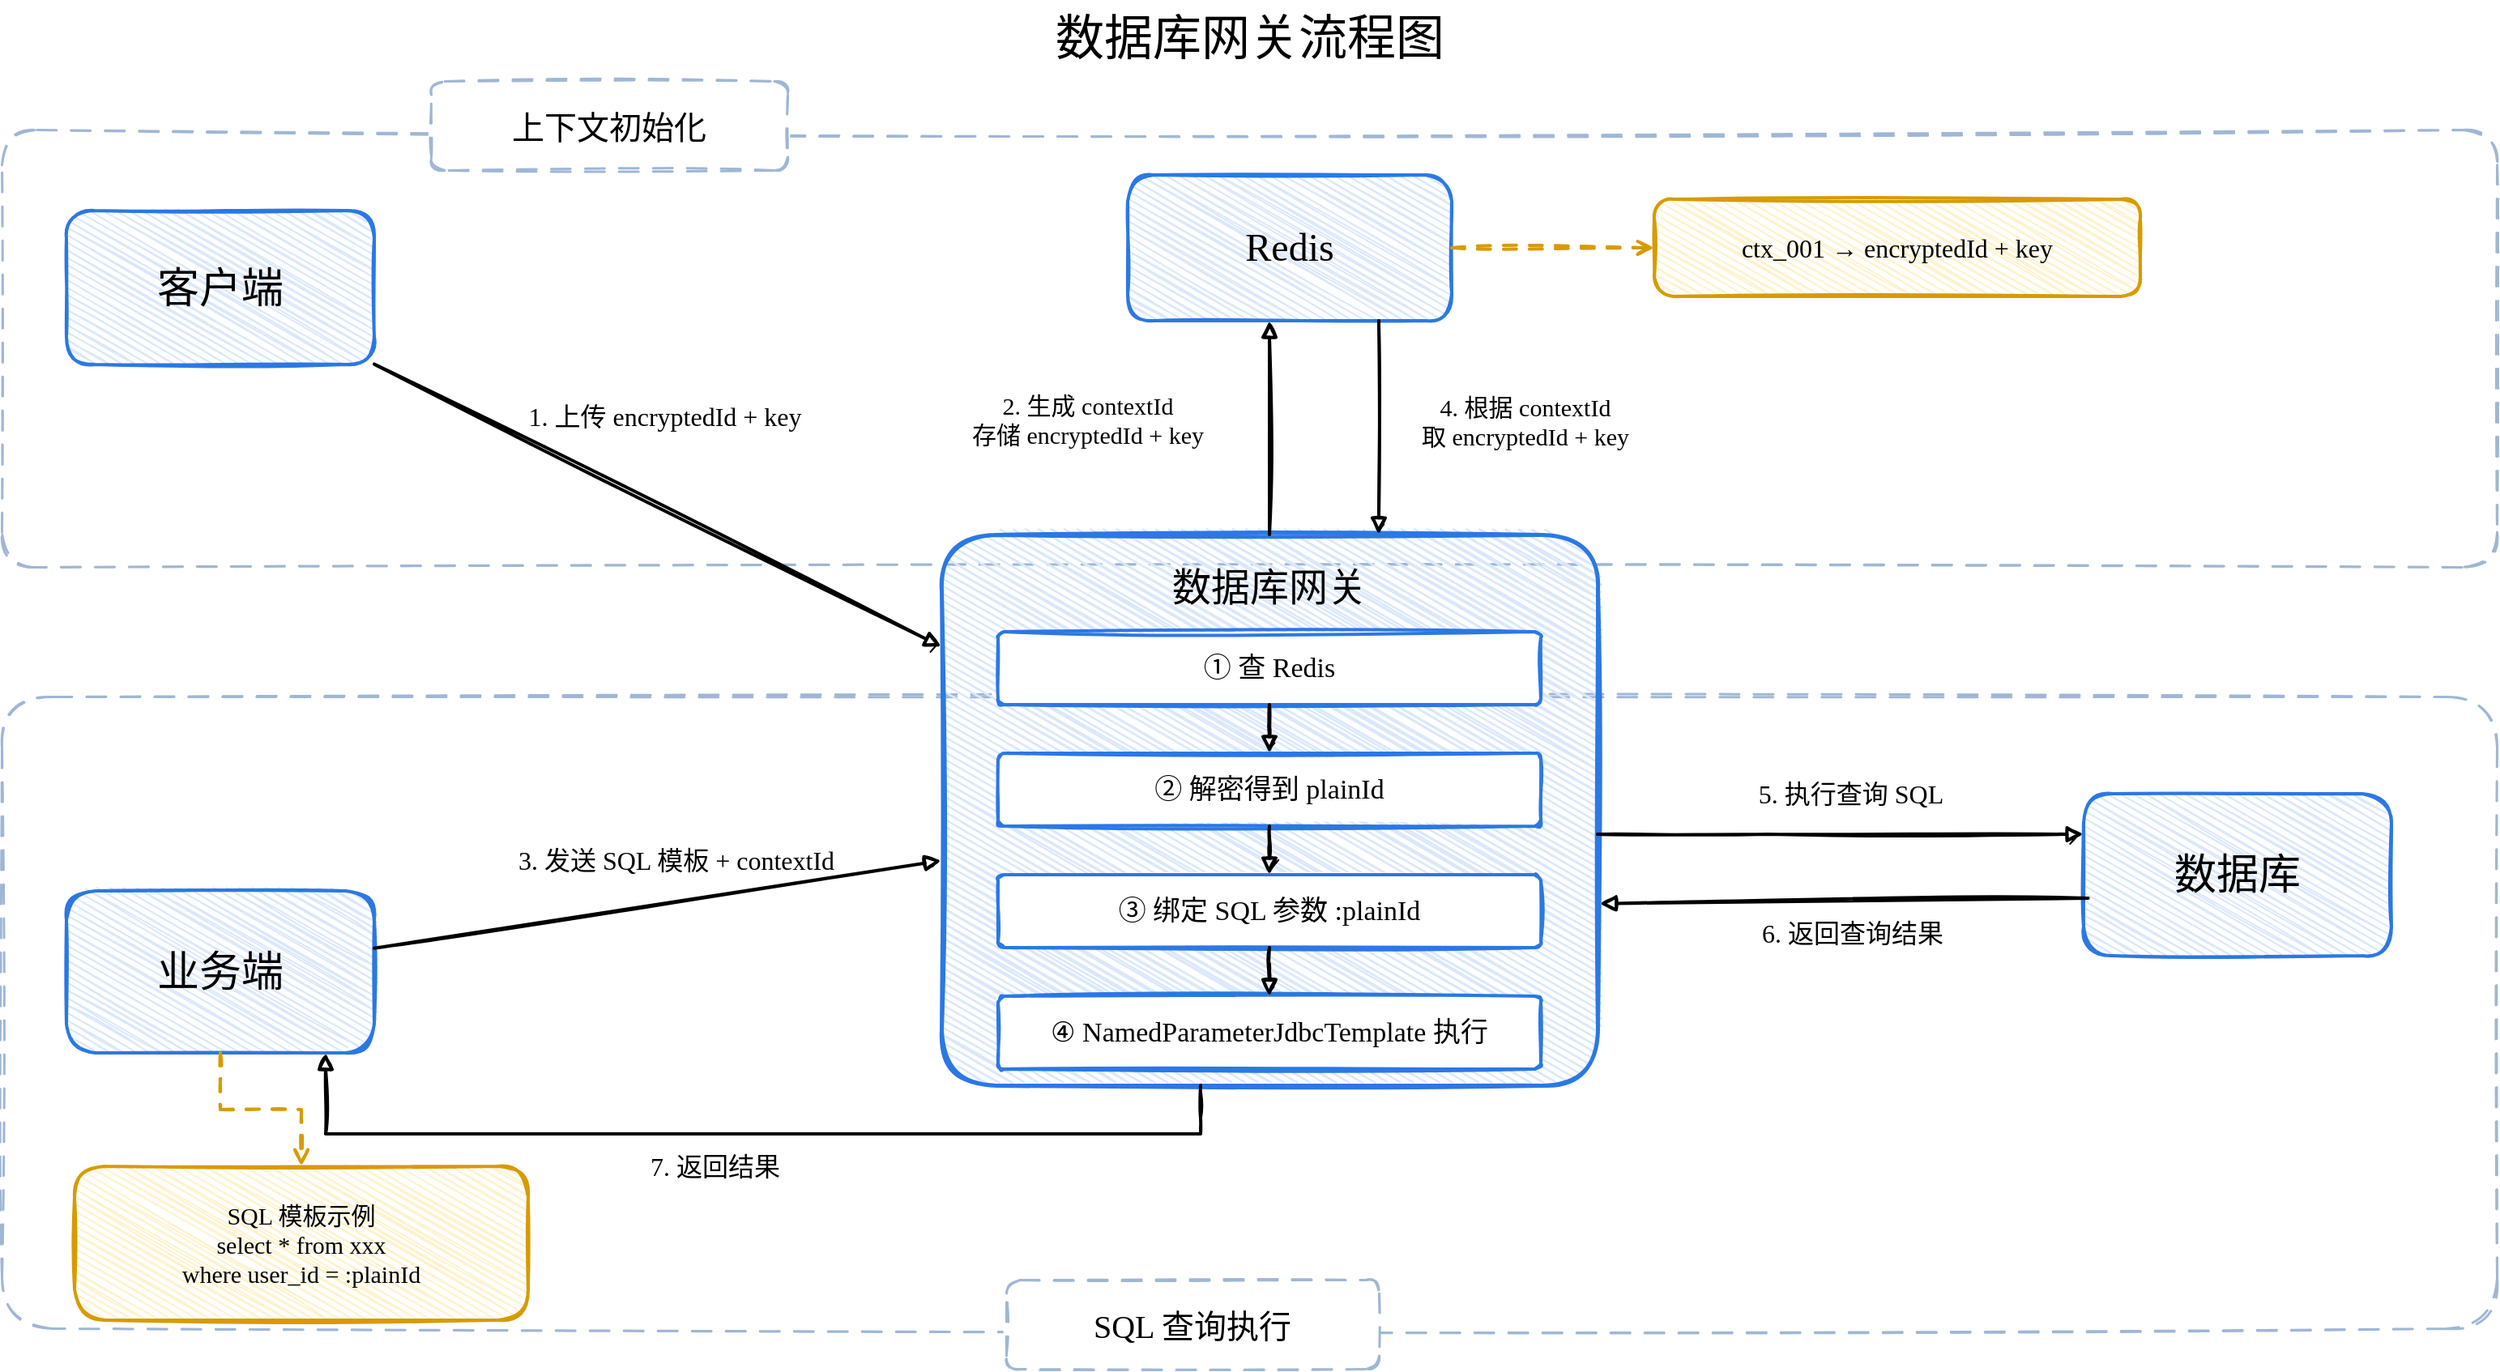
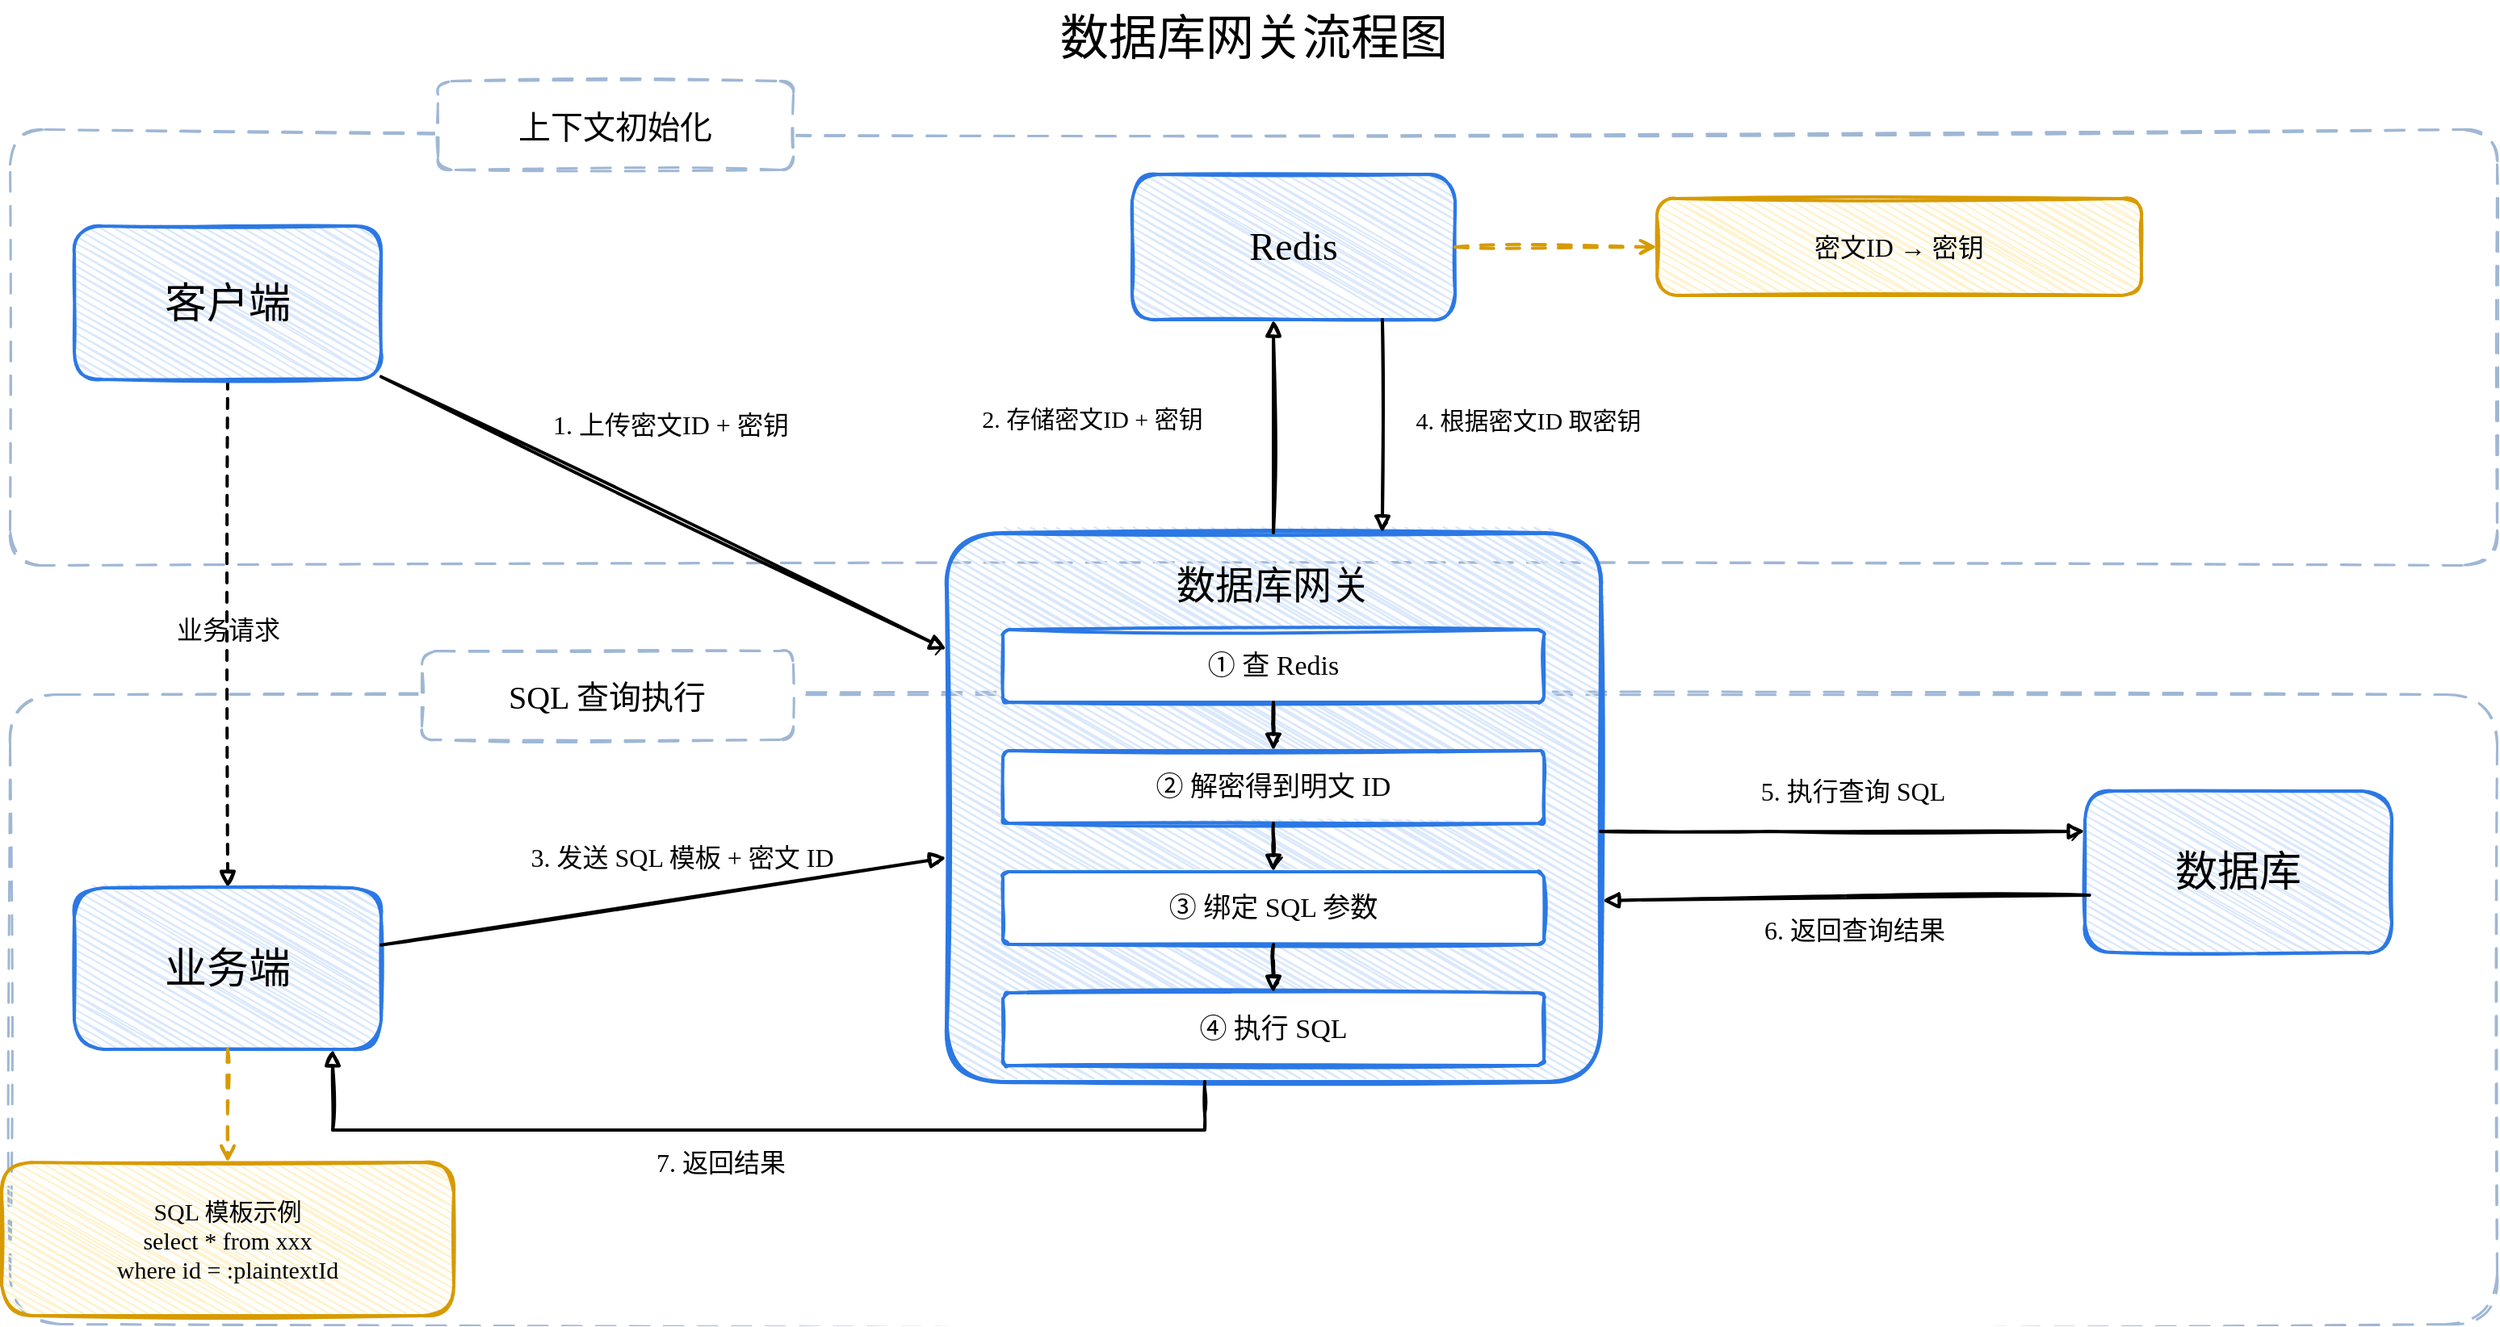
<mxfile host="app.diagrams.net">
  <diagram name="第 1 页" id="lDtMVX3rfUzubP_undm2">
-     <mxGraphModel dx="1543" dy="1078" grid="1" gridSize="10" guides="1" tooltips="1" connect="1" arrows="1" fold="1" page="1" pageScale="1" pageWidth="1600" pageHeight="900" math="0" shadow="0">
+     <mxGraphModel dx="1562" dy="867" grid="1" gridSize="10" guides="1" tooltips="1" connect="1" arrows="1" fold="1" page="1" pageScale="1" pageWidth="1600" pageHeight="900" math="0" shadow="0">
      <root>
        <mxCell id="0" />
        <mxCell id="1" parent="0" />
        <mxCell id="sec_init" parent="1" style="rounded=1;whiteSpace=wrap;html=1;fillColor=none;strokeColor=#9fb7d5;dashed=1;dashPattern=8 6;strokeWidth=1.5;arcSize=8;sketch=1;" value="" vertex="1">
          <mxGeometry height="270" width="1540" x="30" y="100" as="geometry" />
        </mxCell>
        <mxCell id="sec_sql" parent="1" style="rounded=1;whiteSpace=wrap;html=1;fillColor=none;strokeColor=#9fb7d5;dashed=1;dashPattern=8 6;strokeWidth=1.5;arcSize=8;sketch=1;" value="" vertex="1">
          <mxGeometry height="390" width="1540" x="30" y="450" as="geometry" />
        </mxCell>
        <mxCell id="title" parent="1" style="text;html=1;strokeColor=none;fillColor=none;align=center;verticalAlign=middle;fontSize=30;fontFamily=Comic Sans MS;" value="数据库网关流程图" vertex="1">
          <mxGeometry height="45" width="400" x="600" y="20" as="geometry" />
        </mxCell>
        <mxCell id="label_init" parent="1" style="rounded=1;whiteSpace=wrap;html=1;fillColor=default;strokeColor=#9fb7d5;dashed=1;dashPattern=8 6;strokeWidth=1.5;fontSize=20;fontFamily=Comic Sans MS;sketch=1;" value="上下文初始化" vertex="1">
          <mxGeometry height="55" width="220" x="295" y="70" as="geometry" />
        </mxCell>
        <mxCell id="label_sql" parent="1" style="rounded=1;whiteSpace=wrap;html=1;fillColor=default;strokeColor=#9fb7d5;dashed=1;dashPattern=8 6;strokeWidth=1.5;fontSize=20;fontFamily=Comic Sans MS;sketch=1;" value="SQL 查询执行" vertex="1">
-           <mxGeometry height="55" width="230" x="650" y="810" as="geometry" />
+           <mxGeometry height="55" width="230" x="285" y="423" as="geometry" />
+         </mxCell>
+         <mxCell id="sLOIYrqj3TXDrxTKQ_k1-3" edge="1" parent="1" source="client" style="edgeStyle=orthogonalEdgeStyle;rounded=0;orthogonalLoop=1;jettySize=auto;html=1;exitX=0.5;exitY=1;exitDx=0;exitDy=0;entryX=0.5;entryY=0;entryDx=0;entryDy=0;sketch=1;strokeColor=#000000;strokeWidth=2;align=center;verticalAlign=middle;fontFamily=Comic Sans MS;fontSize=16;fontColor=default;labelBackgroundColor=none;endArrow=block;endFill=1;dashed=1;" target="biz">
+           <mxGeometry relative="1" as="geometry" />
+         </mxCell>
+         <mxCell id="sLOIYrqj3TXDrxTKQ_k1-4" connectable="0" parent="sLOIYrqj3TXDrxTKQ_k1-3" style="edgeLabel;html=1;align=center;verticalAlign=middle;points=[];rounded=0;sketch=1;strokeColor=#000000;strokeWidth=2;fontFamily=Comic Sans MS;fontSize=16;fontColor=default;labelBackgroundColor=none;" value="业务请求" vertex="1">
+           <mxGeometry relative="1" x="-0.0603" y="-3" as="geometry">
+             <mxPoint x="3" y="7" as="offset" />
+           </mxGeometry>
        </mxCell>
        <mxCell id="client" parent="1" style="rounded=1;whiteSpace=wrap;html=1;fillColor=#dae8fc;strokeColor=#2b78e4;strokeWidth=2;arcSize=18;fontSize=26;fontFamily=Comic Sans MS;sketch=1;hachureGap=4;hachureAngle=60;" value="客户端" vertex="1">
-           <mxGeometry height="95" width="190" x="70" y="150" as="geometry" />
+           <mxGeometry height="95" width="190" x="70" y="160" as="geometry" />
        </mxCell>
        <mxCell id="biz" parent="1" style="rounded=1;whiteSpace=wrap;html=1;fillColor=#dae8fc;strokeColor=#2b78e4;strokeWidth=2;arcSize=18;fontSize=26;fontFamily=Comic Sans MS;sketch=1;hachureGap=4;hachureAngle=60;" value="业务端" vertex="1">
          <mxGeometry height="100" width="190" x="70" y="570" as="geometry" />
        </mxCell>
        <mxCell id="redis" parent="1" style="rounded=1;whiteSpace=wrap;html=1;fillColor=#dae8fc;strokeColor=#2b78e4;strokeWidth=2;arcSize=18;fontSize=24;fontFamily=Comic Sans MS;sketch=1;hachureGap=4;hachureAngle=60;" value="Redis" vertex="1">
          <mxGeometry height="90" width="200" x="725" y="128" as="geometry" />
        </mxCell>
        <mxCell id="db" parent="1" style="rounded=1;whiteSpace=wrap;html=1;fillColor=#dae8fc;strokeColor=#2b78e4;strokeWidth=2;arcSize=18;fontSize=26;fontFamily=Comic Sans MS;sketch=1;hachureGap=4;hachureAngle=60;" value="数据库" vertex="1">
          <mxGeometry height="100" width="190" x="1315" y="510" as="geometry" />
        </mxCell>
        <mxCell id="gateway" parent="1" style="rounded=1;whiteSpace=wrap;html=1;fillColor=#dae8fc;strokeColor=#2b78e4;strokeWidth=2.5;arcSize=10;fontSize=24;fontFamily=Comic Sans MS;sketch=1;hachureGap=4;hachureAngle=60;verticalAlign=top;spacingTop=12;" value="数据库网关" vertex="1">
          <mxGeometry height="340" width="405" x="610" y="350" as="geometry" />
        </mxCell>
        <mxCell id="s1" parent="1" style="rounded=1;whiteSpace=wrap;html=1;fillColor=#ffffff;strokeColor=#2b78e4;strokeWidth=2;arcSize=8;fontSize=17;fontFamily=Comic Sans MS;sketch=1;" value="① 查 Redis" vertex="1">
          <mxGeometry height="45" width="335" x="645" y="410" as="geometry" />
        </mxCell>
-         <mxCell id="s2" parent="1" style="rounded=1;whiteSpace=wrap;html=1;fillColor=#ffffff;strokeColor=#2b78e4;strokeWidth=2;arcSize=8;fontSize=17;fontFamily=Comic Sans MS;sketch=1;" value="② 解密得到 plainId" vertex="1">
+         <mxCell id="s2" parent="1" style="rounded=1;whiteSpace=wrap;html=1;fillColor=#ffffff;strokeColor=#2b78e4;strokeWidth=2;arcSize=8;fontSize=17;fontFamily=Comic Sans MS;sketch=1;" value="② 解密得到明文 ID" vertex="1">
          <mxGeometry height="45" width="335" x="645" y="485" as="geometry" />
        </mxCell>
-         <mxCell id="s3" parent="1" style="rounded=1;whiteSpace=wrap;html=1;fillColor=#ffffff;strokeColor=#2b78e4;strokeWidth=2;arcSize=8;fontSize=17;fontFamily=Comic Sans MS;sketch=1;" value="③ 绑定 SQL 参数 :plainId" vertex="1">
+         <mxCell id="s3" parent="1" style="rounded=1;whiteSpace=wrap;html=1;fillColor=#ffffff;strokeColor=#2b78e4;strokeWidth=2;arcSize=8;fontSize=17;fontFamily=Comic Sans MS;sketch=1;" value="③ 绑定 SQL 参数" vertex="1">
          <mxGeometry height="45" width="335" x="645" y="560" as="geometry" />
        </mxCell>
-         <mxCell id="s4" parent="1" style="rounded=1;whiteSpace=wrap;html=1;fillColor=#ffffff;strokeColor=#2b78e4;strokeWidth=2;arcSize=8;fontSize=17;fontFamily=Comic Sans MS;sketch=1;" value="④ NamedParameterJdbcTemplate 执行" vertex="1">
+         <mxCell id="s4" parent="1" style="rounded=1;whiteSpace=wrap;html=1;fillColor=#ffffff;strokeColor=#2b78e4;strokeWidth=2;arcSize=8;fontSize=17;fontFamily=Comic Sans MS;sketch=1;" value="④ 执行 SQL" vertex="1">
          <mxGeometry height="45" width="335" x="645" y="635" as="geometry" />
        </mxCell>
-         <mxCell id="redis_note" parent="1" style="rounded=1;whiteSpace=wrap;html=1;fillColor=#fff2cc;strokeColor=#d79b00;strokeWidth=2;arcSize=20;fontSize=16;fontFamily=Comic Sans MS;sketch=1;hachureGap=4;hachureAngle=60;" value="ctx_001 → encryptedId + key" vertex="1">
+         <mxCell id="redis_note" parent="1" style="rounded=1;whiteSpace=wrap;html=1;fillColor=#fff2cc;strokeColor=#d79b00;strokeWidth=2;arcSize=20;fontSize=16;fontFamily=Comic Sans MS;sketch=1;hachureGap=4;hachureAngle=60;" value="密文ID → 密钥" vertex="1">
          <mxGeometry height="60" width="300" x="1050" y="143" as="geometry" />
        </mxCell>
-         <mxCell id="sql_note" parent="1" style="rounded=1;whiteSpace=wrap;html=1;fillColor=#fff2cc;strokeColor=#d79b00;strokeWidth=2;arcSize=20;fontSize=15;fontFamily=Comic Sans MS;sketch=1;hachureGap=4;hachureAngle=60;" value="SQL 模板示例&lt;br&gt;select * from xxx&lt;br&gt;where user_id = :plainId" vertex="1">
-           <mxGeometry height="95" width="280" x="75" y="740" as="geometry" />
+         <mxCell id="sql_note" parent="1" style="rounded=1;whiteSpace=wrap;html=1;fillColor=#fff2cc;strokeColor=#d79b00;strokeWidth=2;arcSize=20;fontSize=15;fontFamily=Comic Sans MS;sketch=1;hachureGap=4;hachureAngle=60;" value="SQL 模板示例&lt;br&gt;select * from xxx&lt;br&gt;where id = :plaintextId" vertex="1">
+           <mxGeometry height="95" width="280" x="25" y="740" as="geometry" />
        </mxCell>
-         <mxCell id="e1" edge="1" parent="1" source="client" style="rounded=0;orthogonalLoop=1;jettySize=auto;html=1;endArrow=block;endFill=1;strokeColor=#000000;strokeWidth=2;fontSize=16;fontFamily=Comic Sans MS;sketch=1;labelBackgroundColor=none;" target="gateway" value="1. 上传 encryptedId + key">
+         <mxCell id="e1" edge="1" parent="1" source="client" style="rounded=0;orthogonalLoop=1;jettySize=auto;html=1;endArrow=block;endFill=1;strokeColor=#000000;strokeWidth=2;fontSize=16;fontFamily=Comic Sans MS;sketch=1;labelBackgroundColor=none;" target="gateway" value="1. 上传密文ID + 密钥">
          <mxGeometry relative="1" x="-0.0333" y="36" as="geometry">
            <mxPoint x="-6" y="-20" as="offset" />
          </mxGeometry>
        </mxCell>
-         <mxCell id="e2" edge="1" parent="1" source="gateway" style="edgeStyle=orthogonalEdgeStyle;rounded=0;orthogonalLoop=1;jettySize=auto;html=1;endArrow=block;endFill=1;strokeColor=#000000;strokeWidth=2;fontSize=15;fontFamily=Comic Sans MS;sketch=1;labelBackgroundColor=none;" target="redis" value="2. 生成 contextId&lt;br&gt;存储 encryptedId + key">
+         <mxCell id="e2" edge="1" parent="1" source="gateway" style="edgeStyle=orthogonalEdgeStyle;rounded=0;orthogonalLoop=1;jettySize=auto;html=1;endArrow=block;endFill=1;strokeColor=#000000;strokeWidth=2;fontSize=15;fontFamily=Comic Sans MS;sketch=1;labelBackgroundColor=none;" target="redis" value="2.&amp;nbsp;存储密文ID + 密钥">
          <mxGeometry relative="1" x="0.0606" y="113" as="geometry">
            <mxPoint y="-1" as="offset" />
            <Array as="points">
              <mxPoint x="765" y="350" />
              <mxPoint x="765" y="220" />
            </Array>
          </mxGeometry>
        </mxCell>
-         <mxCell id="e3" edge="1" parent="1" source="biz" style="rounded=0;orthogonalLoop=1;jettySize=auto;html=1;endArrow=block;endFill=1;strokeColor=#000000;strokeWidth=2;fontSize=16;fontFamily=Comic Sans MS;sketch=1;labelBackgroundColor=none;" target="gateway" value="3. 发送 SQL 模板 + contextId">
+         <mxCell id="e3" edge="1" parent="1" source="biz" style="rounded=0;orthogonalLoop=1;jettySize=auto;html=1;endArrow=block;endFill=1;strokeColor=#000000;strokeWidth=2;fontSize=16;fontFamily=Comic Sans MS;sketch=1;labelBackgroundColor=none;" target="gateway" value="3. 发送 SQL 模板 + 密文 ID">
          <mxGeometry relative="1" x="0.0833" y="25" as="geometry">
            <mxPoint as="offset" />
          </mxGeometry>
        </mxCell>
-         <mxCell id="e4" edge="1" parent="1" source="redis" style="edgeStyle=orthogonalEdgeStyle;rounded=0;orthogonalLoop=1;jettySize=auto;html=1;endArrow=block;endFill=1;strokeColor=#000000;strokeWidth=2;fontSize=15;fontFamily=Comic Sans MS;sketch=1;labelBackgroundColor=none;" target="gateway" value="4. 根据 contextId&lt;br&gt;取 encryptedId + key">
+         <mxCell id="e4" edge="1" parent="1" source="redis" style="edgeStyle=orthogonalEdgeStyle;rounded=0;orthogonalLoop=1;jettySize=auto;html=1;endArrow=block;endFill=1;strokeColor=#000000;strokeWidth=2;fontSize=15;fontFamily=Comic Sans MS;sketch=1;labelBackgroundColor=none;" target="gateway" value="4. 根据密文ID 取密钥">
          <mxGeometry relative="1" x="-0.0606" y="90" as="geometry">
            <mxPoint as="offset" />
            <Array as="points">
              <mxPoint x="880" y="220" />
              <mxPoint x="880" y="350" />
            </Array>
          </mxGeometry>
        </mxCell>
        <mxCell id="e5" edge="1" parent="1" source="gateway" style="edgeStyle=orthogonalEdgeStyle;rounded=0;orthogonalLoop=1;jettySize=auto;html=1;endArrow=block;endFill=1;strokeColor=#000000;strokeWidth=2;fontSize=16;fontFamily=Comic Sans MS;sketch=1;labelBackgroundColor=none;" target="db" value="5. 执行查询 SQL">
          <mxGeometry relative="1" x="0.0333" y="25" as="geometry">
            <mxPoint x="1" as="offset" />
            <Array as="points">
              <mxPoint x="1120" y="535" />
              <mxPoint x="1315" y="535" />
            </Array>
          </mxGeometry>
        </mxCell>
        <mxCell id="e6" edge="1" parent="1" source="db" style="rounded=0;orthogonalLoop=1;jettySize=auto;html=1;endArrow=block;endFill=1;strokeColor=#000000;strokeWidth=2;fontSize=16;fontFamily=Comic Sans MS;sketch=1;labelBackgroundColor=none;entryX=1.003;entryY=0.67;entryDx=0;entryDy=0;entryPerimeter=0;exitX=0.015;exitY=0.645;exitDx=0;exitDy=0;exitPerimeter=0;" target="gateway" value="6. 返回查询结果">
          <mxGeometry relative="1" x="-0.04" y="20" as="geometry">
            <mxPoint x="-1" as="offset" />
            <mxPoint x="1300" y="578" as="sourcePoint" />
          </mxGeometry>
        </mxCell>
        <mxCell id="e7" edge="1" parent="1" source="gateway" style="edgeStyle=orthogonalEdgeStyle;rounded=0;orthogonalLoop=1;jettySize=auto;html=1;endArrow=block;endFill=1;strokeColor=#000000;strokeWidth=2;fontSize=16;fontFamily=Comic Sans MS;sketch=1;labelBackgroundColor=none;" target="biz" value="7. 返回结果">
          <mxGeometry relative="1" x="0.0645" y="20" as="geometry">
            <mxPoint as="offset" />
            <Array as="points">
              <mxPoint x="770" y="710" />
              <mxPoint x="770" y="720" />
              <mxPoint x="230" y="720" />
              <mxPoint x="230" y="670" />
            </Array>
          </mxGeometry>
        </mxCell>
        <mxCell id="is12" edge="1" parent="1" source="s1" style="edgeStyle=orthogonalEdgeStyle;rounded=0;orthogonalLoop=1;jettySize=auto;html=1;endArrow=block;endFill=1;strokeColor=#000000;strokeWidth=2;fontSize=1;fontFamily=Comic Sans MS;sketch=1;" target="s2" value="">
          <mxGeometry relative="1" as="geometry" />
        </mxCell>
        <mxCell id="is23" edge="1" parent="1" source="s2" style="edgeStyle=orthogonalEdgeStyle;rounded=0;orthogonalLoop=1;jettySize=auto;html=1;endArrow=block;endFill=1;strokeColor=#000000;strokeWidth=2;fontSize=1;fontFamily=Comic Sans MS;sketch=1;" target="s3" value="">
          <mxGeometry relative="1" as="geometry" />
        </mxCell>
        <mxCell id="is34" edge="1" parent="1" source="s3" style="edgeStyle=orthogonalEdgeStyle;rounded=0;orthogonalLoop=1;jettySize=auto;html=1;endArrow=block;endFill=1;strokeColor=#000000;strokeWidth=2;fontSize=1;fontFamily=Comic Sans MS;sketch=1;" target="s4" value="">
          <mxGeometry relative="1" as="geometry" />
        </mxCell>
        <mxCell id="n1" edge="1" parent="1" source="redis" style="edgeStyle=orthogonalEdgeStyle;rounded=0;orthogonalLoop=1;jettySize=auto;html=1;endArrow=open;endFill=1;strokeColor=#d79b00;strokeWidth=2;fontSize=16;fontFamily=Comic Sans MS;sketch=1;dashed=1;dashPattern=4 4;" target="redis_note" value="">
          <mxGeometry relative="1" as="geometry" />
        </mxCell>
        <mxCell id="n2" edge="1" parent="1" source="biz" style="edgeStyle=orthogonalEdgeStyle;rounded=0;orthogonalLoop=1;jettySize=auto;html=1;endArrow=open;endFill=1;strokeColor=#d79b00;strokeWidth=2;fontSize=16;fontFamily=Comic Sans MS;sketch=1;dashed=1;dashPattern=4 4;" target="sql_note" value="">
          <mxGeometry relative="1" as="geometry" />
        </mxCell>
      </root>
    </mxGraphModel>
  </diagram>
</mxfile>
